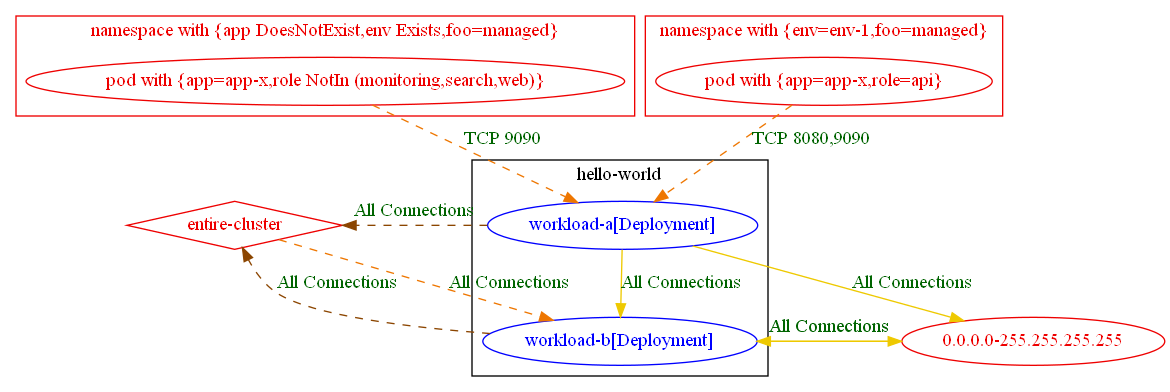
Before: test_outputs/connlist/exposure_test_exposure_with_different_rules_6_connlist_output.dot.png, a diagram exported from Graphviz (np-guard/netpol-analyzer). Its source is kept beside it as test_outputs/connlist/exposure_test_exposure_with_different_rules_6_connlist_output.dot.
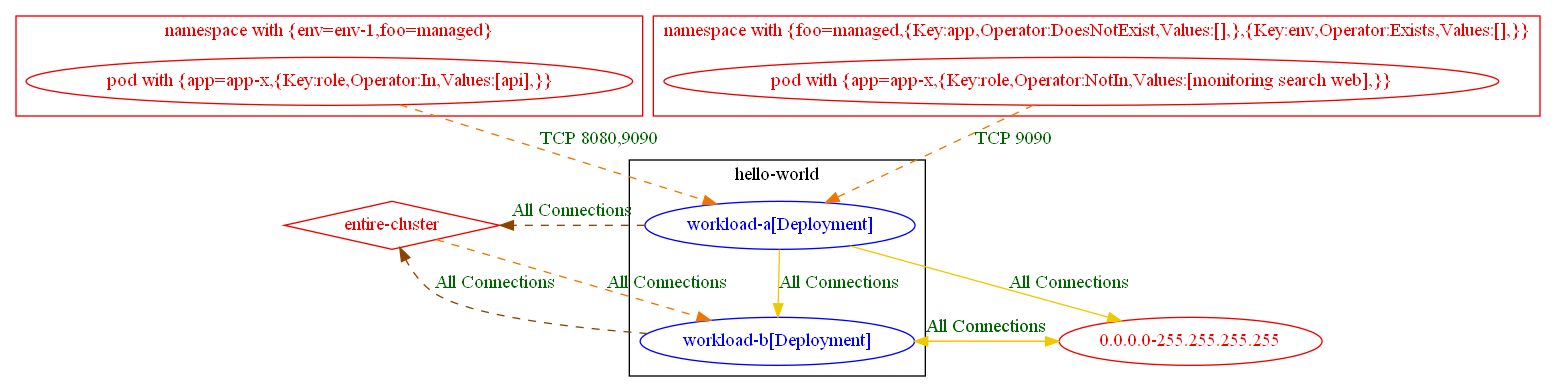
The same diagram one commit later.

Change to the diagram source:
```diff
@@ -6,17 +6,17 @@
 		"hello-world/workload-b[Deployment]" [label="workload-b[Deployment]" color="blue" fontcolor="blue"]
 		label="hello-world"
 	}
-	subgraph "cluster_namespace with {app DoesNotExist,env Exists,foo=managed}" {
-		color="red2"
-		fontcolor="red2"
-		"pod with {app=app-x,role NotIn (monitoring,search,web)}_in_namespace with {app DoesNotExist,env Exists,foo=managed}" [label="pod with {app=app-x,role NotIn (monitoring,search,web)}" color="red2" fontcolor="red2"]
-		label="namespace with {app DoesNotExist,env Exists,foo=managed}"
-	}
 	subgraph "cluster_namespace with {env=env_1,foo=managed}" {
 		color="red2"
 		fontcolor="red2"
-		"pod with {app=app-x,role=api}_in_namespace with {env=env-1,foo=managed}" [label="pod with {app=app-x,role=api}" color="red2" fontcolor="red2"]
+		"pod with {app=app-x,{Key:role,Operator:In,Values:[api],}}_in_namespace with {env=env-1,foo=managed}" [label="pod with {app=app-x,{Key:role,Operator:In,Values:[api],}}" color="red2" fontcolor="red2"]
 		label="namespace with {env=env-1,foo=managed}"
+	}
+	subgraph "cluster_namespace with {foo=managed,{Key:app,Operator:DoesNotExist,Values:[],},{Key:env,Operator:Exists,Values:[],}}" {
+		color="red2"
+		fontcolor="red2"
+		"pod with {app=app-x,{Key:role,Operator:NotIn,Values:[monitoring search web],}}_in_namespace with {foo=managed,{Key:app,Operator:DoesNotExist,Values:[],},{Key:env,Operator:Exists,Values:[],}}" [label="pod with {app=app-x,{Key:role,Operator:NotIn,Values:[monitoring search web],}}" color="red2" fontcolor="red2"]
+		label="namespace with {foo=managed,{Key:app,Operator:DoesNotExist,Values:[],},{Key:env,Operator:Exists,Values:[],}}"
 	}
 	"0.0.0.0-255.255.255.255" [label="0.0.0.0-255.255.255.255" color="red2" fontcolor="red2"]
 	"entire-cluster" [label="entire-cluster" color="red2" fontcolor="red2" shape=diamond]
@@ -27,6 +27,6 @@
 	"hello-world/workload-a[Deployment]" -> "hello-world/workload-b[Deployment]" [label="All Connections" color="gold2" fontcolor="darkgreen"]
 	"hello-world/workload-b[Deployment]" -> "0.0.0.0-255.255.255.255" [label="All Connections" color="gold2" fontcolor="darkgreen"]
 	"hello-world/workload-b[Deployment]" -> "entire-cluster" [label="All Connections" color="darkorange4" fontcolor="darkgreen" weight=0.5 style=dashed]
-	"pod with {app=app-x,role NotIn (monitoring,search,web)}_in_namespace with {app DoesNotExist,env Exists,foo=managed}" -> "hello-world/workload-a[Deployment]" [label="TCP 9090" color="darkorange2" fontcolor="darkgreen" weight=1 style=dashed]
-	"pod with {app=app-x,role=api}_in_namespace with {env=env-1,foo=managed}" -> "hello-world/workload-a[Deployment]" [label="TCP 8080,9090" color="darkorange2" fontcolor="darkgreen" weight=1 style=dashed]
+	"pod with {app=app-x,{Key:role,Operator:In,Values:[api],}}_in_namespace with {env=env-1,foo=managed}" -> "hello-world/workload-a[Deployment]" [label="TCP 8080,9090" color="darkorange2" fontcolor="darkgreen" weight=1 style=dashed]
+	"pod with {app=app-x,{Key:role,Operator:NotIn,Values:[monitoring search web],}}_in_namespace with {foo=managed,{Key:app,Operator:DoesNotExist,Values:[],},{Key:env,Operator:Exists,Values:[],}}" -> "hello-world/workload-a[Deployment]" [label="TCP 9090" color="darkorange2" fontcolor="darkgreen" weight=1 style=dashed]
 }
```
